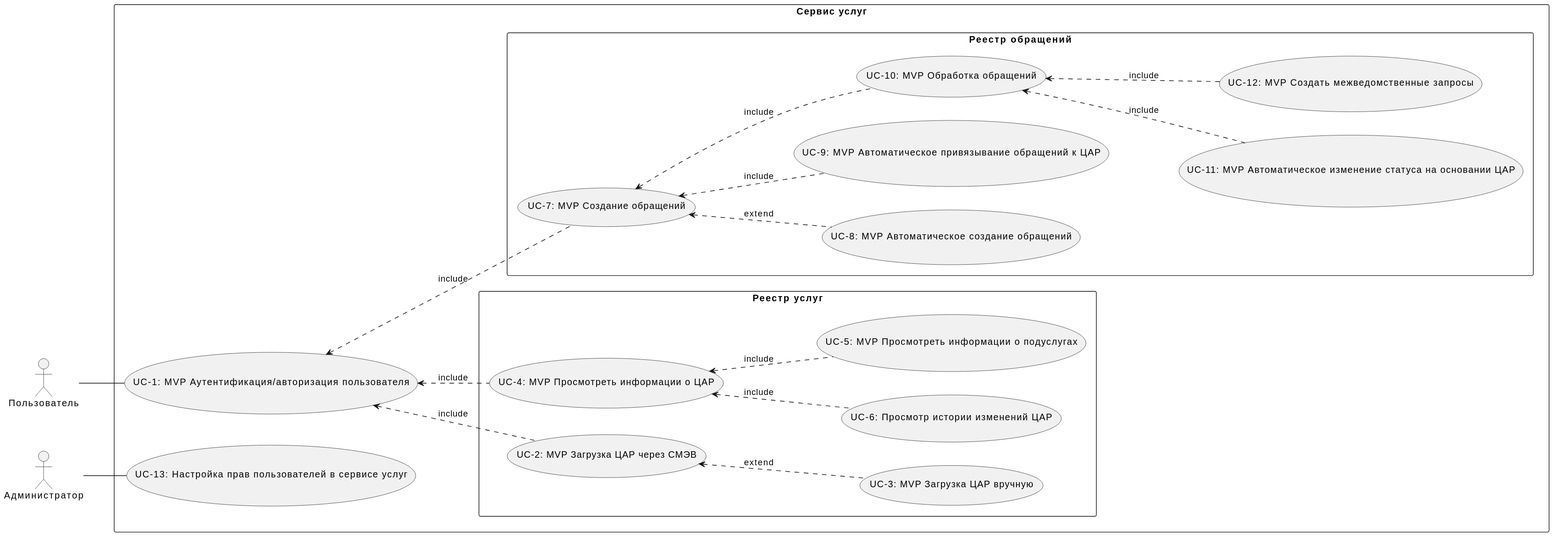
Above: diagrams/out/usecase.svg in sonorame/docs_kcr (PlantUML), before the change.
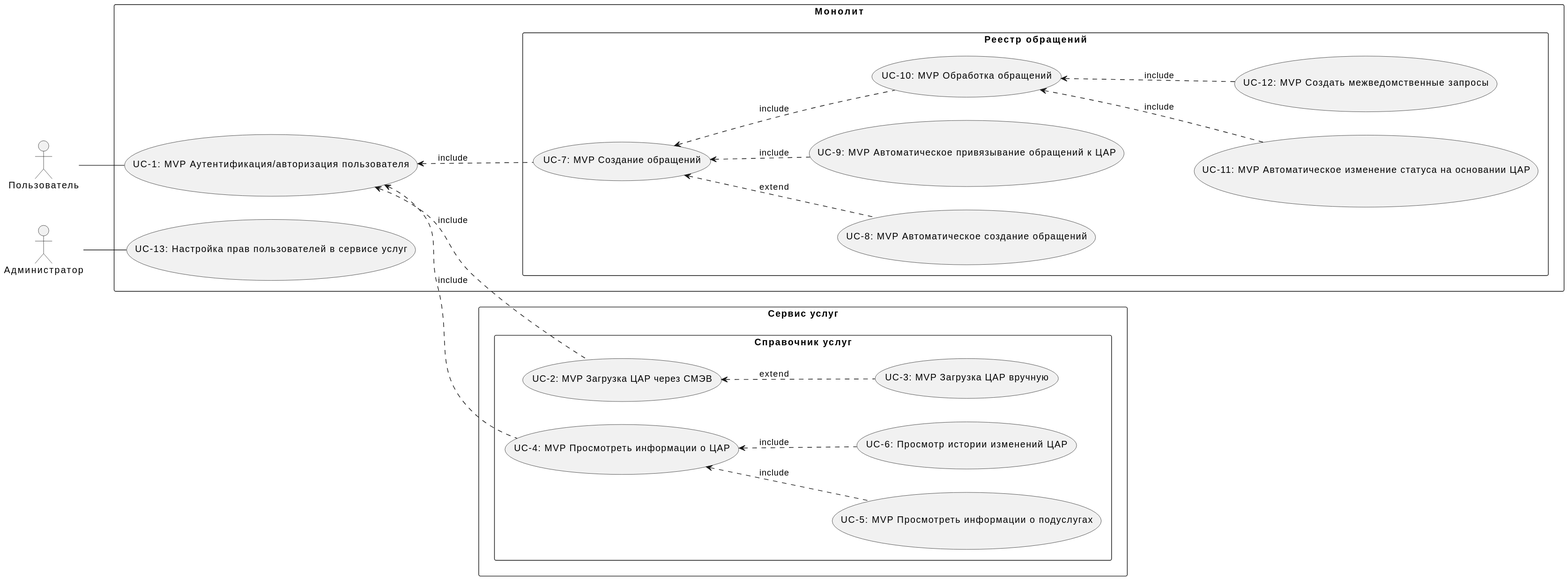
The same file after the commit.

Change to the diagram source:
```diff
@@ -5,25 +5,9 @@
 actor "Пользователь" as usr
 actor "Администратор" as adm
 
-
-rectangle "Сервис услуг" {
+rectangle "Монолит" {
   usecase (UC-1: MVP Аутентификация/авторизация пользователя) as authUl
   usecase (UC-13: Настройка прав пользователей в сервисе услуг) as settingsUsr
-  rectangle "Реестр услуг" {
-
-    usecase (UC-2: MVP Загрузка ЦАР через СМЭВ) as uploadCarSMEV
-    usecase (UC-3: MVP Загрузка ЦАР вручную) as uploadCarManual
-    usecase (UC-4: MVP Просмотреть информации о ЦАР) as viewInfoCar
-    usecase (UC-5: MVP Просмотреть информации о подуслугах) as viewInfoSubcar
-
-    usecase (UC-6: Просмотр истории изменений ЦАР) as viewHistoryCar
-
-    authUl <.. uploadCarSMEV: include
-    uploadCarSMEV <.. uploadCarManual: extend
-    authUl <.. viewInfoCar: include
-    viewInfoCar <.. viewInfoSubcar: include
-    viewInfoCar <.. viewHistoryCar: include
-  }
   rectangle "Реестр обращений" {
     usecase (UC-7: MVP Создание обращений) as createTasks
     usecase (UC-8: MVP Автоматическое создание обращений) as autoCreateTasks
@@ -41,6 +25,24 @@
   }
 }
 
+rectangle "Сервис услуг" {
+  rectangle "Справочник услуг" {
+
+    usecase (UC-2: MVP Загрузка ЦАР через СМЭВ) as uploadCarSMEV
+    usecase (UC-3: MVP Загрузка ЦАР вручную) as uploadCarManual
+    usecase (UC-4: MVP Просмотреть информации о ЦАР) as viewInfoCar
+    usecase (UC-5: MVP Просмотреть информации о подуслугах) as viewInfoSubcar
+
+    usecase (UC-6: Просмотр истории изменений ЦАР) as viewHistoryCar
+
+    authUl <.. uploadCarSMEV: include
+    uploadCarSMEV <.. uploadCarManual: extend
+    authUl <.. viewInfoCar: include
+    viewInfoCar <.. viewInfoSubcar: include
+    viewInfoCar <.. viewHistoryCar: include
+  }
+}
+
 usr -- authUl
 adm -- settingsUsr
 @enduml
```
